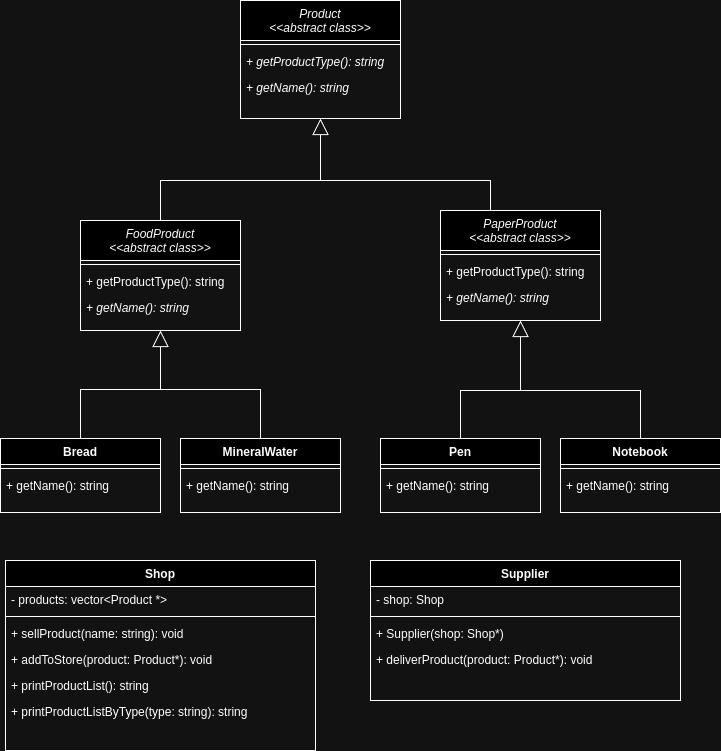
This is shop.png from misialyna/po-lab5-products, a draw.io export, as it was before one commit. Source tidied: cells renumbered, new cells last; positions are measured from the earlier drawing's top-left corner, leaving out a move shared by most shapes. Its diagram source:
```xml
<mxGraphModel>
  <root>
    <mxCell id="0" />
    <mxCell id="1" parent="0" />
    <mxCell id="2" value="Product&#10;&lt;&lt;abstract class&gt;&gt;" style="swimlane;fontStyle=2;align=center;verticalAlign=top;horizontal=1;startSize=40;rounded=0;shadow=0;strokeWidth=1;" parent="1" vertex="1">
      <mxGeometry x="240" width="160" height="118" as="geometry" />
    </mxCell>
    <mxCell id="3" style="line;html=1;strokeWidth=1;align=left;verticalAlign=middle;spacingTop=-1;spacingLeft=3;spacingRight=3;labelPosition=right;" parent="2" vertex="1">
      <mxGeometry y="40" width="160" height="8" as="geometry" />
    </mxCell>
    <mxCell id="4" value="+ getProductType(): string" style="text;align=left;verticalAlign=top;spacingLeft=4;spacingRight=4;overflow=hidden;fontStyle=2;" parent="2" vertex="1">
      <mxGeometry y="48" width="160" height="26" as="geometry" />
    </mxCell>
    <mxCell id="5" value="+ getName(): string" style="text;align=left;verticalAlign=top;spacingLeft=4;spacingRight=4;overflow=hidden;fontStyle=2;" parent="2" vertex="1">
      <mxGeometry y="74" width="160" height="26" as="geometry" />
    </mxCell>
    <mxCell id="6" style="edgeStyle=orthogonalEdgeStyle;rounded=0;jettySize=auto;html=1;endArrow=block;endFill=0;endSize=14;startSize=14;" parent="1" edge="1" source="7" target="2">
      <mxGeometry relative="1" as="geometry">
        <Array as="points">
          <mxPoint x="160" y="180" />
          <mxPoint x="320" y="180" />
        </Array>
      </mxGeometry>
    </mxCell>
    <mxCell id="7" value="FoodProduct&#10;&lt;&lt;abstract class&gt;&gt;" style="swimlane;fontStyle=2;align=center;verticalAlign=top;horizontal=1;startSize=40;rounded=0;shadow=0;strokeWidth=1;" parent="1" vertex="1">
      <mxGeometry x="80" y="220" width="160" height="110" as="geometry" />
    </mxCell>
    <mxCell id="8" style="line;html=1;strokeWidth=1;align=left;verticalAlign=middle;spacingTop=-1;spacingLeft=3;spacingRight=3;labelPosition=right;" parent="7" vertex="1">
      <mxGeometry y="40" width="160" height="8" as="geometry" />
    </mxCell>
    <mxCell id="9" value="+ getProductType(): string" style="text;align=left;verticalAlign=top;spacingLeft=4;spacingRight=4;overflow=hidden;fontStyle=0;" parent="7" vertex="1">
      <mxGeometry y="48" width="160" height="26" as="geometry" />
    </mxCell>
    <mxCell id="10" value="+ getName(): string" style="text;align=left;verticalAlign=top;spacingLeft=4;spacingRight=4;overflow=hidden;fontStyle=2;" parent="7" vertex="1">
      <mxGeometry y="74" width="160" height="26" as="geometry" />
    </mxCell>
    <mxCell id="11" style="edgeStyle=orthogonalEdgeStyle;rounded=0;jettySize=auto;html=1;endArrow=block;endFill=0;endSize=14;startSize=14;" parent="1" edge="1" source="12" target="2">
      <mxGeometry relative="1" as="geometry">
        <Array as="points">
          <mxPoint x="490" y="180" />
          <mxPoint x="320" y="180" />
        </Array>
      </mxGeometry>
    </mxCell>
    <mxCell id="12" value="PaperProduct&#10;&lt;&lt;abstract class&gt;&gt;" style="swimlane;fontStyle=2;align=center;verticalAlign=top;horizontal=1;startSize=40;rounded=0;shadow=0;strokeWidth=1;" parent="1" vertex="1">
      <mxGeometry x="440" y="210" width="160" height="110" as="geometry" />
    </mxCell>
    <mxCell id="13" style="line;html=1;strokeWidth=1;align=left;verticalAlign=middle;spacingTop=-1;spacingLeft=3;spacingRight=3;labelPosition=right;" parent="12" vertex="1">
      <mxGeometry y="40" width="160" height="8" as="geometry" />
    </mxCell>
    <mxCell id="14" value="+ getProductType(): string" style="text;align=left;verticalAlign=top;spacingLeft=4;spacingRight=4;overflow=hidden;fontStyle=0;" parent="12" vertex="1">
      <mxGeometry y="48" width="160" height="26" as="geometry" />
    </mxCell>
    <mxCell id="15" value="+ getName(): string" style="text;align=left;verticalAlign=top;spacingLeft=4;spacingRight=4;overflow=hidden;fontStyle=2;" parent="12" vertex="1">
      <mxGeometry y="74" width="160" height="26" as="geometry" />
    </mxCell>
    <mxCell id="16" style="edgeStyle=orthogonalEdgeStyle;rounded=0;jettySize=auto;html=1;endArrow=block;endFill=0;endSize=14;startSize=14;" parent="1" edge="1" source="17" target="7">
      <mxGeometry relative="1" as="geometry" />
    </mxCell>
    <mxCell id="17" value="Bread" style="swimlane;fontStyle=1;align=center;verticalAlign=top;horizontal=1;startSize=26;rounded=0;shadow=0;strokeWidth=1;" parent="1" vertex="1">
      <mxGeometry y="438" width="160" height="74" as="geometry" />
    </mxCell>
    <mxCell id="18" style="line;html=1;strokeWidth=1;align=left;verticalAlign=middle;spacingTop=-1;spacingLeft=3;spacingRight=3;labelPosition=right;" parent="17" vertex="1">
      <mxGeometry y="26" width="160" height="8" as="geometry" />
    </mxCell>
    <mxCell id="19" value="+ getName(): string" style="text;align=left;verticalAlign=top;spacingLeft=4;spacingRight=4;overflow=hidden;fontStyle=0;" parent="17" vertex="1">
      <mxGeometry y="34" width="160" height="26" as="geometry" />
    </mxCell>
    <mxCell id="20" style="edgeStyle=orthogonalEdgeStyle;rounded=0;jettySize=auto;html=1;endArrow=block;endFill=0;endSize=14;startSize=14;" parent="1" edge="1" source="21" target="7">
      <mxGeometry relative="1" as="geometry" />
    </mxCell>
    <mxCell id="21" value="MineralWater" style="swimlane;fontStyle=1;align=center;verticalAlign=top;horizontal=1;startSize=26;rounded=0;shadow=0;strokeWidth=1;" parent="1" vertex="1">
      <mxGeometry x="180" y="438" width="160" height="74" as="geometry" />
    </mxCell>
    <mxCell id="22" style="line;html=1;strokeWidth=1;align=left;verticalAlign=middle;spacingTop=-1;spacingLeft=3;spacingRight=3;labelPosition=right;" parent="21" vertex="1">
      <mxGeometry y="26" width="160" height="8" as="geometry" />
    </mxCell>
    <mxCell id="23" value="+ getName(): string" style="text;align=left;verticalAlign=top;spacingLeft=4;spacingRight=4;overflow=hidden;fontStyle=0;" parent="21" vertex="1">
      <mxGeometry y="34" width="160" height="26" as="geometry" />
    </mxCell>
    <mxCell id="24" style="edgeStyle=orthogonalEdgeStyle;rounded=0;jettySize=auto;html=1;endArrow=block;endFill=0;endSize=14;startSize=14;" parent="1" edge="1" source="25" target="12">
      <mxGeometry relative="1" as="geometry">
        <Array as="points">
          <mxPoint x="460" y="390" />
          <mxPoint x="520" y="390" />
        </Array>
      </mxGeometry>
    </mxCell>
    <mxCell id="25" value="Pen" style="swimlane;fontStyle=1;align=center;verticalAlign=top;horizontal=1;startSize=26;rounded=0;shadow=0;strokeWidth=1;" parent="1" vertex="1">
      <mxGeometry x="380" y="438" width="160" height="74" as="geometry" />
    </mxCell>
    <mxCell id="26" style="line;html=1;strokeWidth=1;align=left;verticalAlign=middle;spacingTop=-1;spacingLeft=3;spacingRight=3;labelPosition=right;" parent="25" vertex="1">
      <mxGeometry y="26" width="160" height="8" as="geometry" />
    </mxCell>
    <mxCell id="27" value="+ getName(): string" style="text;align=left;verticalAlign=top;spacingLeft=4;spacingRight=4;overflow=hidden;fontStyle=0;" parent="25" vertex="1">
      <mxGeometry y="34" width="160" height="26" as="geometry" />
    </mxCell>
    <mxCell id="28" style="edgeStyle=orthogonalEdgeStyle;rounded=0;jettySize=auto;html=1;endArrow=block;endFill=0;endSize=14;startSize=14;" parent="1" edge="1" source="29" target="12">
      <mxGeometry relative="1" as="geometry">
        <Array as="points">
          <mxPoint x="640" y="390" />
          <mxPoint x="520" y="390" />
        </Array>
      </mxGeometry>
    </mxCell>
    <mxCell id="29" value="Notebook" style="swimlane;fontStyle=1;align=center;verticalAlign=top;horizontal=1;startSize=26;rounded=0;shadow=0;strokeWidth=1;" parent="1" vertex="1">
      <mxGeometry x="560" y="438" width="160" height="74" as="geometry" />
    </mxCell>
    <mxCell id="30" style="line;html=1;strokeWidth=1;align=left;verticalAlign=middle;spacingTop=-1;spacingLeft=3;spacingRight=3;labelPosition=right;" parent="29" vertex="1">
      <mxGeometry y="26" width="160" height="8" as="geometry" />
    </mxCell>
    <mxCell id="31" value="+ getName(): string" style="text;align=left;verticalAlign=top;spacingLeft=4;spacingRight=4;overflow=hidden;fontStyle=0;" parent="29" vertex="1">
      <mxGeometry y="34" width="160" height="26" as="geometry" />
    </mxCell>
    <mxCell id="32" value="Shop" style="swimlane;fontStyle=1;align=center;verticalAlign=top;horizontal=1;startSize=26;rounded=0;shadow=0;strokeWidth=1;" parent="1" vertex="1">
      <mxGeometry x="5" y="560" width="310" height="190" as="geometry" />
    </mxCell>
    <mxCell id="33" value="- products: vector&lt;Product *&gt;" style="text;align=left;verticalAlign=top;spacingLeft=4;spacingRight=4;overflow=hidden;fontStyle=0;" parent="32" vertex="1">
      <mxGeometry y="26" width="310" height="26" as="geometry" />
    </mxCell>
    <mxCell id="34" style="line;html=1;strokeWidth=1;align=left;verticalAlign=middle;spacingTop=-1;spacingLeft=3;spacingRight=3;labelPosition=right;" parent="32" vertex="1">
      <mxGeometry y="52" width="310" height="8" as="geometry" />
    </mxCell>
    <mxCell id="35" value="+ sellProduct(name: string): void" style="text;align=left;verticalAlign=top;spacingLeft=4;spacingRight=4;overflow=hidden;fontStyle=0;" parent="32" vertex="1">
      <mxGeometry y="60" width="310" height="26" as="geometry" />
    </mxCell>
    <mxCell id="36" value="+ addToStore(product: Product*): void" style="text;align=left;verticalAlign=top;spacingLeft=4;spacingRight=4;overflow=hidden;fontStyle=0;" parent="32" vertex="1">
      <mxGeometry y="86" width="310" height="26" as="geometry" />
    </mxCell>
    <mxCell id="37" value="+ printProductList(): string" style="text;align=left;verticalAlign=top;spacingLeft=4;spacingRight=4;overflow=hidden;fontStyle=0;" parent="32" vertex="1">
      <mxGeometry y="112" width="310" height="26" as="geometry" />
    </mxCell>
    <mxCell id="38" value="+ printProductListByType(type: string): string" style="text;align=left;verticalAlign=top;spacingLeft=4;spacingRight=4;overflow=hidden;fontStyle=0;" parent="32" vertex="1">
      <mxGeometry y="138" width="310" height="26" as="geometry" />
    </mxCell>
    <mxCell id="39" value="Supplier" style="swimlane;fontStyle=1;align=center;verticalAlign=top;horizontal=1;startSize=26;rounded=0;shadow=0;strokeWidth=1;" parent="1" vertex="1">
      <mxGeometry x="370" y="560" width="310" height="140" as="geometry" />
    </mxCell>
    <mxCell id="40" value="- shop: Shop" style="text;align=left;verticalAlign=top;spacingLeft=4;spacingRight=4;overflow=hidden;fontStyle=0;" parent="39" vertex="1">
      <mxGeometry y="26" width="310" height="26" as="geometry" />
    </mxCell>
    <mxCell id="41" style="line;html=1;strokeWidth=1;align=left;verticalAlign=middle;spacingTop=-1;spacingLeft=3;spacingRight=3;labelPosition=right;" parent="39" vertex="1">
      <mxGeometry y="52" width="310" height="8" as="geometry" />
    </mxCell>
    <mxCell id="42" value="+ Supplier(shop: Shop*)" style="text;align=left;verticalAlign=top;spacingLeft=4;spacingRight=4;overflow=hidden;fontStyle=0;" parent="39" vertex="1">
      <mxGeometry y="60" width="310" height="26" as="geometry" />
    </mxCell>
    <mxCell id="43" value="+ deliverProduct(product: Product*): void" style="text;align=left;verticalAlign=top;spacingLeft=4;spacingRight=4;overflow=hidden;fontStyle=0;" parent="39" vertex="1">
      <mxGeometry y="86" width="310" height="26" as="geometry" />
    </mxCell>
  </root>
</mxGraphModel>
```
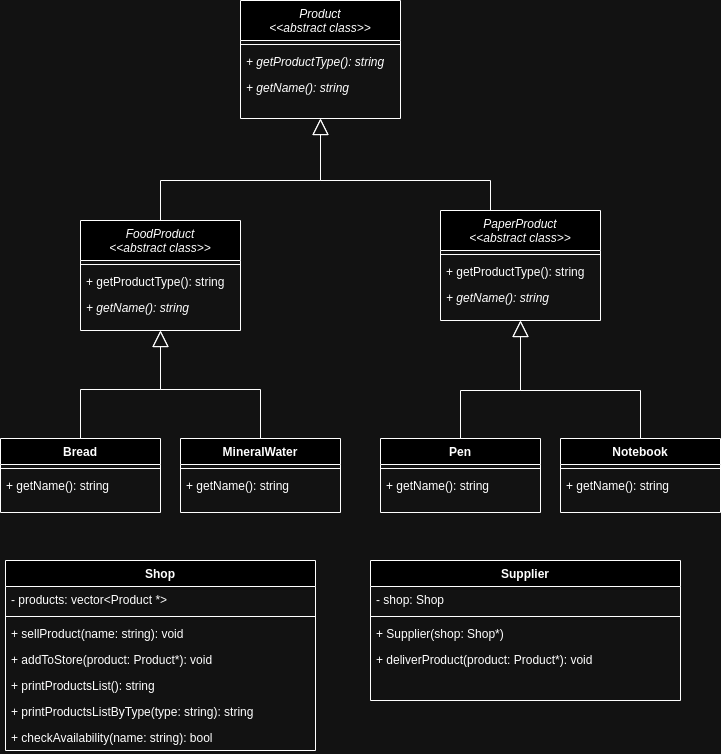
The same diagram one commit later.

What changed in the source:
```diff
@@ -127,12 +127,15 @@
     <mxCell id="36" value="+ addToStore(product: Product*): void" style="text;align=left;verticalAlign=top;spacingLeft=4;spacingRight=4;overflow=hidden;fontStyle=0;" parent="32" vertex="1">
       <mxGeometry y="86" width="310" height="26" as="geometry" />
     </mxCell>
-    <mxCell id="37" value="+ printProductList(): string" style="text;align=left;verticalAlign=top;spacingLeft=4;spacingRight=4;overflow=hidden;fontStyle=0;" parent="32" vertex="1">
+    <mxCell id="37" value="+ printProductsList(): string" style="text;align=left;verticalAlign=top;spacingLeft=4;spacingRight=4;overflow=hidden;fontStyle=0;" parent="32" vertex="1">
       <mxGeometry y="112" width="310" height="26" as="geometry" />
     </mxCell>
-    <mxCell id="38" value="+ printProductListByType(type: string): string" style="text;align=left;verticalAlign=top;spacingLeft=4;spacingRight=4;overflow=hidden;fontStyle=0;" parent="32" vertex="1">
+    <mxCell id="38" value="+ printProductsListByType(type: string): string" style="text;align=left;verticalAlign=top;spacingLeft=4;spacingRight=4;overflow=hidden;fontStyle=0;" parent="32" vertex="1">
       <mxGeometry y="138" width="310" height="26" as="geometry" />
     </mxCell>
+    <mxCell id="44" value="+ checkAvailability(name: string): bool" style="text;align=left;verticalAlign=top;spacingLeft=4;spacingRight=4;overflow=hidden;fontStyle=0;" parent="32" vertex="1">
+      <mxGeometry y="164" width="310" height="26" as="geometry" />
+    </mxCell>
     <mxCell id="39" value="Supplier" style="swimlane;fontStyle=1;align=center;verticalAlign=top;horizontal=1;startSize=26;rounded=0;shadow=0;strokeWidth=1;" parent="1" vertex="1">
       <mxGeometry x="370" y="560" width="310" height="140" as="geometry" />
     </mxCell>
```
